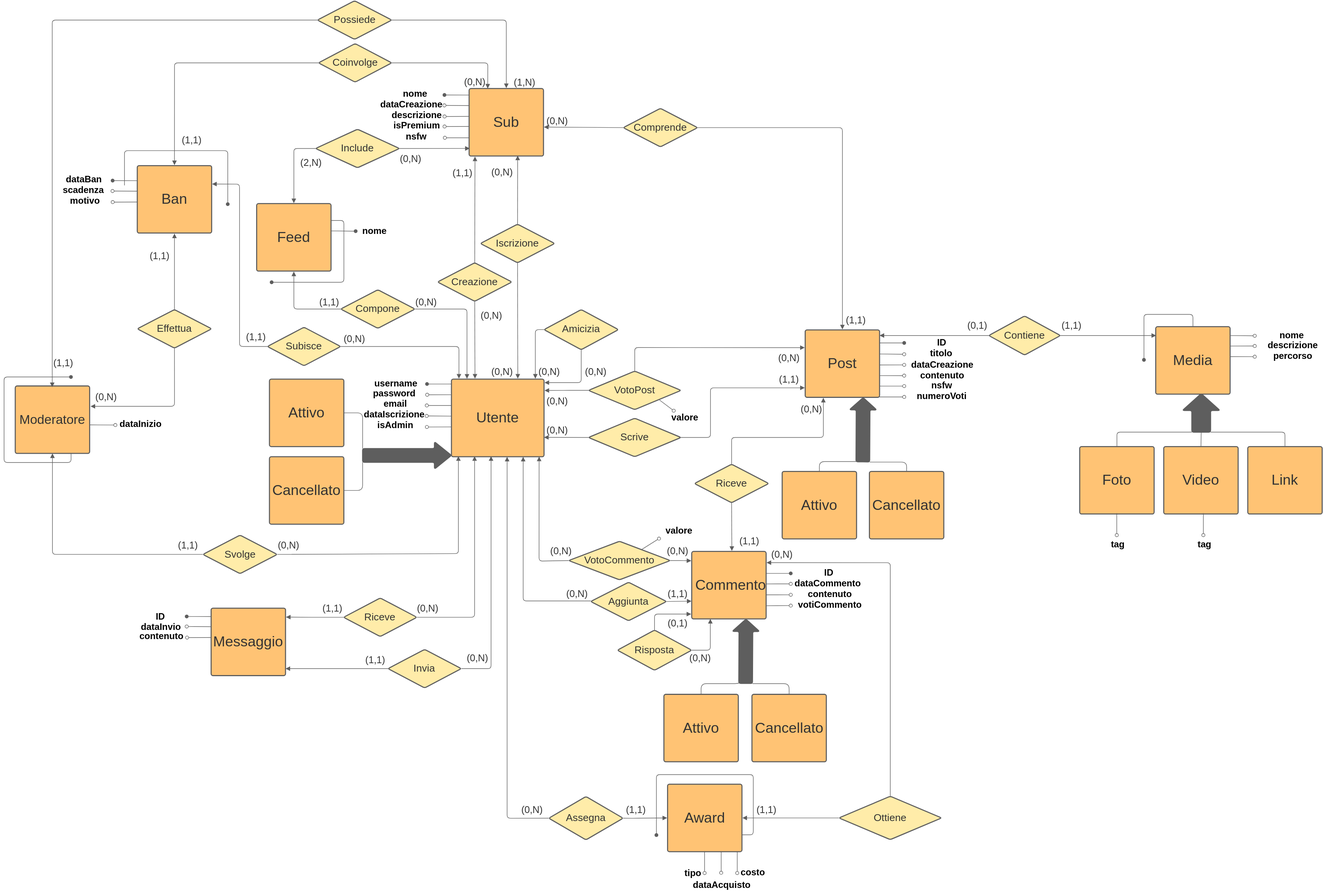
This is ER_iniziale.svg from LucaPolese/Leddit, a draw.io export, as it was before one commit. Source tidied: cells renumbered, new cells last; positions are measured from the earlier drawing's top-left corner, leaving out a move shared by most shapes.
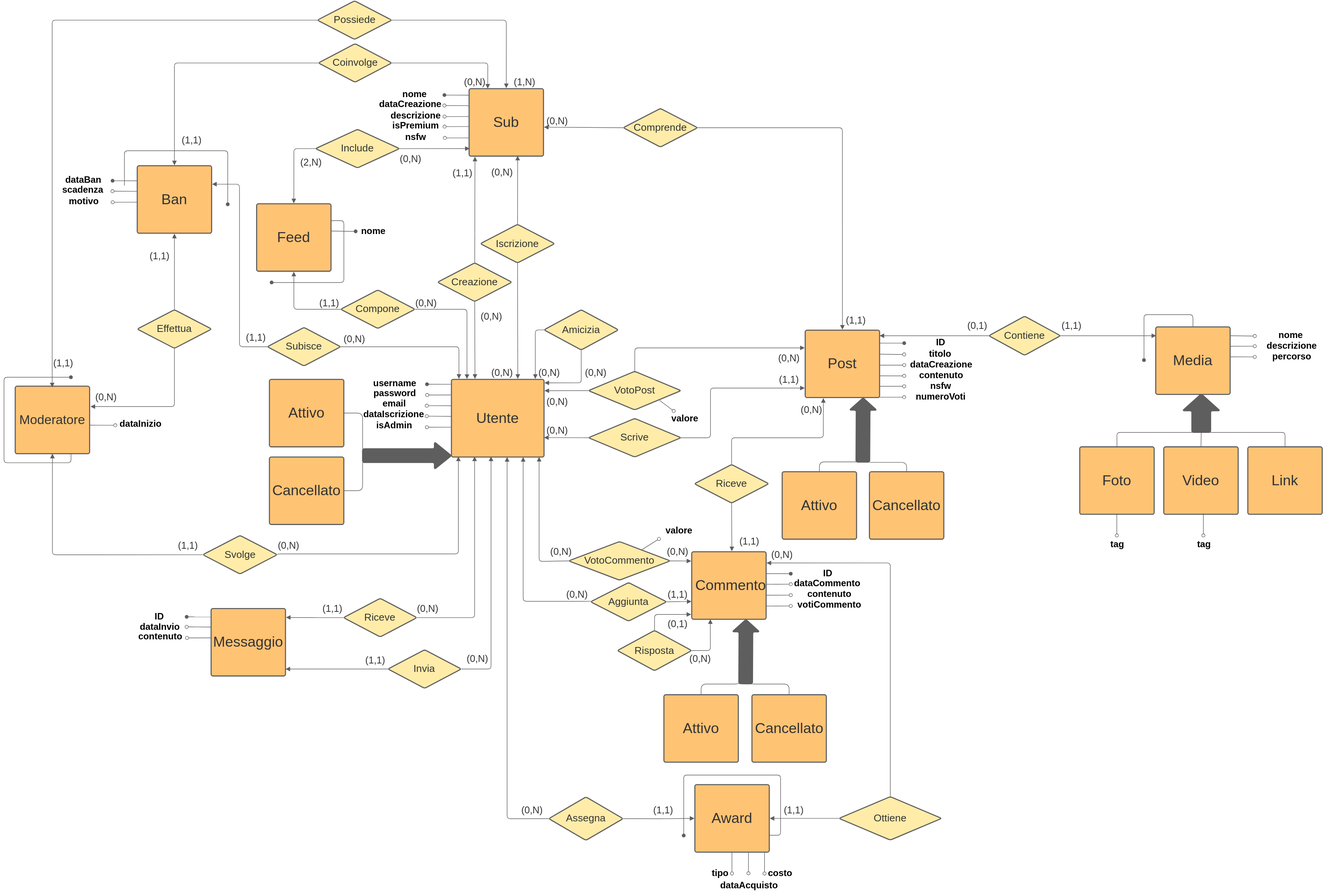
Later version of the same file.

Change to the diagram source:
```diff
@@ -178,7 +178,7 @@
       </mxGeometry>
     </mxCell>
     <mxCell id="47" value="Award" style="html=1;overflow=block;blockSpacing=1;whiteSpace=wrap;whiteSpace=wrap;fontSize=27;fontColor=#333333;align=center;spacing=3;strokeColor=#5e5e5e;strokeOpacity=100;fillOpacity=100;rounded=1;absoluteArcSize=1;arcSize=7;fillColor=#ffc374;strokeWidth=2;" parent="1" vertex="1">
-      <mxGeometry x="1239.8" y="1464" width="139" height="126" as="geometry" />
+      <mxGeometry x="1290.8" y="1464" width="139" height="126" as="geometry" />
     </mxCell>
     <mxCell id="48" value="Assegna" style="html=1;overflow=block;blockSpacing=1;whiteSpace=wrap;rhombus;whiteSpace=wrap;fontSize=19;fontColor=#333333;align=center;spacing=3;strokeColor=#5e5e5e;strokeOpacity=100;fillOpacity=100;rounded=1;absoluteArcSize=1;arcSize=7;fillColor=#ffeca9;strokeWidth=2;" parent="1" vertex="1">
       <mxGeometry x="1017.9" y="1487" width="139" height="81" as="geometry" />
@@ -186,7 +186,7 @@
     <mxCell id="49" style="html=1;jettySize=18;whiteSpace=wrap;fontSize=11;strokeColor=#5E5E5E;rounded=1;arcSize=12;edgeStyle=orthogonalEdgeStyle;startArrow=none;endArrow=block;endFill=1;entryX=-0.006;entryY=0.5;entryPerimeter=0;exitX=1;exitY=0.5;exitDx=0;exitDy=0;" parent="1" edge="1" source="48" target="47">
       <mxGeometry relative="1" as="geometry">
         <Array as="points">
-          <mxPoint x="1178.8" y="1527" />
+          <mxPoint x="1230" y="1528" />
         </Array>
       </mxGeometry>
     </mxCell>
@@ -268,11 +268,11 @@
     </mxCell>
     <mxCell id="68" style="html=1;jettySize=18;whiteSpace=wrap;fontSize=11;strokeColor=#5E5E5E;rounded=1;arcSize=12;edgeStyle=orthogonalEdgeStyle;startArrow=none;endArrow=oval;endFill=1;exitX=1;exitY=0.75;exitDx=0;exitDy=0;" parent="1" edge="1" source="47">
       <mxGeometry relative="1" as="geometry">
-        <mxPoint x="1219" y="1559" as="targetPoint" />
+        <mxPoint x="1270" y="1559" as="targetPoint" />
         <Array as="points">
-          <mxPoint x="1400" y="1558" />
-          <mxPoint x="1400" y="1446" />
-          <mxPoint x="1219" y="1446" />
+          <mxPoint x="1451" y="1558" />
+          <mxPoint x="1451" y="1446" />
+          <mxPoint x="1270" y="1446" />
         </Array>
       </mxGeometry>
     </mxCell>
@@ -397,7 +397,7 @@
       <mxGeometry x="966" y="1499.5" width="42" height="25" as="geometry" />
     </mxCell>
     <mxCell id="100" value="(1,1)" style="html=1;overflow=block;blockSpacing=1;whiteSpace=wrap;strokeColor=none;fillColor=none;whiteSpace=wrap;fontSize=18;fontColor=#333333;align=center;spacing=0;strokeOpacity=100;fillOpacity=100;rounded=1;absoluteArcSize=1;arcSize=7;strokeWidth=2;" parent="1" vertex="1">
-      <mxGeometry x="1160.3" y="1499.5" width="42" height="25" as="geometry" />
+      <mxGeometry x="1211.3" y="1499.5" width="42" height="25" as="geometry" />
     </mxCell>
     <mxCell id="101" value="(0,1)" style="html=1;overflow=block;blockSpacing=1;whiteSpace=wrap;strokeColor=none;fillColor=none;whiteSpace=wrap;fontSize=18;fontColor=#333333;align=center;spacing=0;strokeOpacity=100;fillOpacity=100;rounded=1;absoluteArcSize=1;arcSize=7;strokeWidth=2;" parent="1" vertex="1">
       <mxGeometry x="1238" y="1151" width="42" height="25" as="geometry" />
@@ -409,7 +409,7 @@
       <mxGeometry x="1433" y="1022" width="42" height="25" as="geometry" />
     </mxCell>
     <mxCell id="104" value="(1,1)" style="html=1;overflow=block;blockSpacing=1;whiteSpace=wrap;strokeColor=none;fillColor=none;whiteSpace=wrap;fontSize=18;fontColor=#333333;align=center;spacing=0;strokeOpacity=100;fillOpacity=100;rounded=1;absoluteArcSize=1;arcSize=0;strokeWidth=2;" parent="1" vertex="1">
-      <mxGeometry x="1404" y="1499.5" width="42" height="25" as="geometry" />
+      <mxGeometry x="1455" y="1499.5" width="42" height="25" as="geometry" />
     </mxCell>
     <mxCell id="105" value="(0,N)" style="html=1;overflow=block;blockSpacing=1;whiteSpace=wrap;strokeColor=none;fillColor=none;whiteSpace=wrap;fontSize=18;fontColor=#333333;align=center;spacing=0;strokeOpacity=100;fillOpacity=100;rounded=1;absoluteArcSize=1;arcSize=7;strokeWidth=2;" parent="1" vertex="1">
       <mxGeometry x="1085" y="682" width="42" height="25" as="geometry" />
@@ -619,7 +619,7 @@
         <mxPoint x="1470" y="1110" as="targetPoint" />
       </mxGeometry>
     </mxCell>
-    <mxCell id="152" value="&lt;span style=&quot;font-weight: 700; font-size: 17px;&quot;&gt;contenuto&lt;/span&gt;" style="edgeLabel;html=1;align=center;verticalAlign=middle;fontSize=17;" parent="151" vertex="1">
+    <mxCell id="152" value="&lt;span style=&quot;font-size: 17px;&quot;&gt;contenuto&lt;/span&gt;" style="edgeLabel;html=1;align=center;verticalAlign=middle;fontSize=17;fontStyle=1;" parent="151" vertex="1">
       <mxGeometry x="0.27" relative="1" as="geometry">
         <mxPoint x="87.5" y="-1.6" as="offset" />
       </mxGeometry>
@@ -670,10 +670,10 @@
     </mxCell>
     <mxCell id="161" style="endArrow=oval;html=1;startArrow=none;startFill=0;strokeColor=#5e5e5e;strokeWidth=1;endFill=0;" parent="1" edge="1">
       <mxGeometry relative="1" as="geometry">
-        <mxPoint x="1340" y="1589.5" as="sourcePoint" />
-        <mxPoint x="1340" y="1629.5" as="targetPoint" />
+        <mxPoint x="1391" y="1589.5" as="sourcePoint" />
+        <mxPoint x="1391" y="1629.5" as="targetPoint" />
         <Array as="points">
-          <mxPoint x="1340" y="1609.5" />
+          <mxPoint x="1391" y="1609.5" />
         </Array>
       </mxGeometry>
     </mxCell>
@@ -684,8 +684,8 @@
     </mxCell>
     <mxCell id="163" style="endArrow=oval;html=1;startArrow=none;startFill=0;strokeColor=#5e5e5e;strokeWidth=1;endFill=0;" parent="1" edge="1">
       <mxGeometry relative="1" as="geometry">
-        <mxPoint x="1309.1" y="1589" as="sourcePoint" />
-        <mxPoint x="1309.1" y="1630" as="targetPoint" />
+        <mxPoint x="1360.1" y="1589" as="sourcePoint" />
+        <mxPoint x="1360.1" y="1630" as="targetPoint" />
       </mxGeometry>
     </mxCell>
     <mxCell id="164" value="tipo" style="edgeLabel;html=1;align=center;verticalAlign=middle;fontSize=17;fontStyle=1;" parent="163" vertex="1">
@@ -695,10 +695,10 @@
     </mxCell>
     <mxCell id="165" style="endArrow=oval;html=1;startArrow=none;startFill=0;strokeColor=#5e5e5e;strokeWidth=1;endFill=0;" parent="1" edge="1">
       <mxGeometry relative="1" as="geometry">
-        <mxPoint x="1370" y="1590" as="sourcePoint" />
-        <mxPoint x="1370" y="1630" as="targetPoint" />
+        <mxPoint x="1421" y="1590" as="sourcePoint" />
+        <mxPoint x="1421" y="1630" as="targetPoint" />
         <Array as="points">
-          <mxPoint x="1370" y="1610" />
+          <mxPoint x="1421" y="1610" />
         </Array>
       </mxGeometry>
     </mxCell>
@@ -1015,7 +1015,7 @@
         <mxPoint x="1470" y="1130.2" as="targetPoint" />
       </mxGeometry>
     </mxCell>
-    <mxCell id="225" value="&lt;span style=&quot;font-weight: 700; font-size: 17px;&quot;&gt;votiCommento&lt;/span&gt;" style="edgeLabel;html=1;align=center;verticalAlign=middle;fontSize=17;" parent="224" vertex="1">
+    <mxCell id="225" value="&lt;span style=&quot;font-size: 17px;&quot;&gt;votiCommento&lt;/span&gt;" style="edgeLabel;html=1;align=center;verticalAlign=middle;fontSize=17;fontStyle=1;" parent="224" vertex="1">
       <mxGeometry x="0.27" relative="1" as="geometry">
         <mxPoint x="87.5" y="-1.6" as="offset" />
       </mxGeometry>
```
